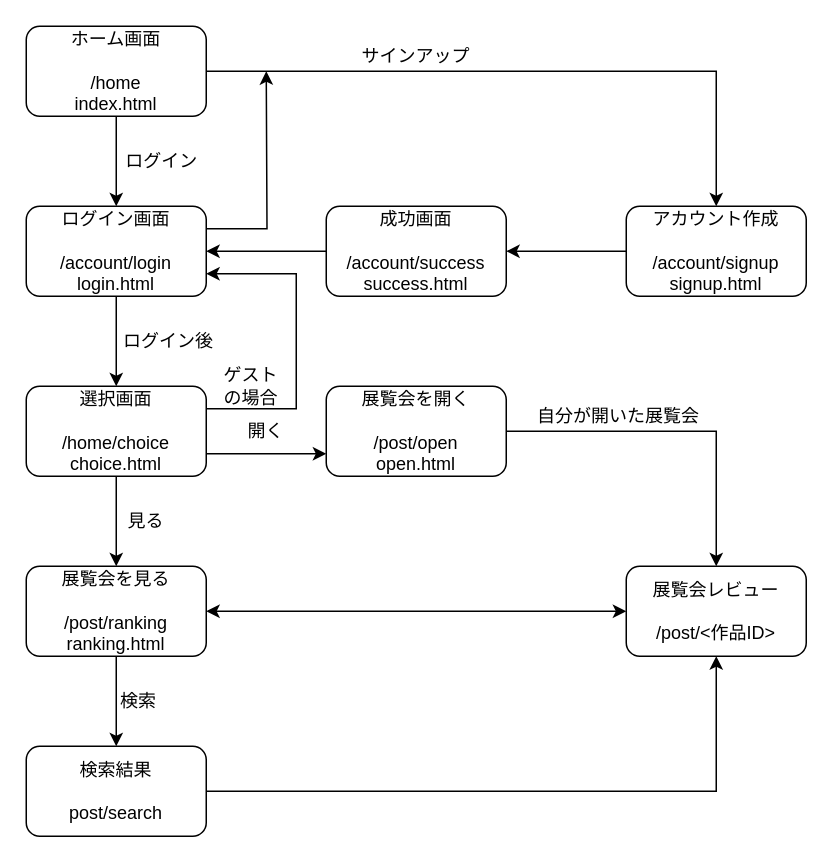
Above: plan.drawio in 012xx/online_museum (draw.io), before the change. Source tidied: cells renumbered, new cells numbered last; positions are measured from the earlier drawing's top-left corner, leaving out a move shared by most shapes. Both pictures are drawn from the tidied source at 150%, with x=0, y=0 at pixel (26, 26).
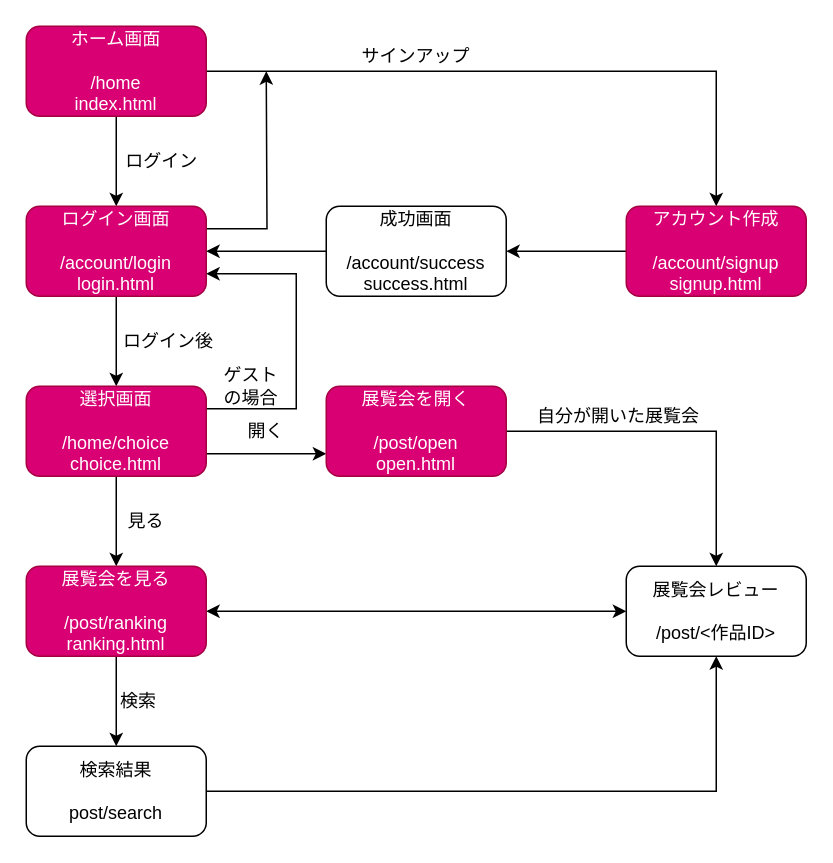
The same diagram, later.

Change to the diagram source:
```diff
@@
-    <mxCell id="4" value="ホーム画面&lt;br&gt;&lt;br&gt;/home&lt;br&gt;index.html" style="rounded=1;whiteSpace=wrap;html=1;" parent="1" vertex="1">
+    <mxCell id="4" value="ホーム画面&lt;br&gt;&lt;br&gt;/home&lt;br&gt;index.html" style="rounded=1;whiteSpace=wrap;html=1;fillColor=#d80073;strokeColor=#A50040;fontColor=#ffffff;" parent="1" vertex="1">
       <mxGeometry width="120" height="60" as="geometry" />
     </mxCell>
@@
-    <mxCell id="7" value="ログイン画面&lt;br&gt;&lt;br&gt;/account/login&lt;br&gt;login.html" style="rounded=1;whiteSpace=wrap;html=1;" parent="1" vertex="1">
+    <mxCell id="7" value="ログイン画面&lt;br&gt;&lt;br&gt;/account/login&lt;br&gt;login.html" style="rounded=1;whiteSpace=wrap;html=1;fillColor=#d80073;strokeColor=#A50040;fontColor=#ffffff;" parent="1" vertex="1">
       <mxGeometry y="120" width="120" height="60" as="geometry" />
     </mxCell>
@@
-    <mxCell id="10" value="アカウント作成&lt;br&gt;&lt;br&gt;/account/signup&lt;br&gt;signup.html" style="rounded=1;whiteSpace=wrap;html=1;" parent="1" vertex="1">
+    <mxCell id="10" value="アカウント作成&lt;br&gt;&lt;br&gt;/account/signup&lt;br&gt;signup.html" style="rounded=1;whiteSpace=wrap;html=1;fillColor=#d80073;strokeColor=#A50040;fontColor=#ffffff;" parent="1" vertex="1">
       <mxGeometry x="400" y="120" width="120" height="60" as="geometry" />
     </mxCell>
@@
-    <mxCell id="15" value="選択画面&lt;br&gt;&lt;br&gt;/home/choice&lt;br&gt;choice.html" style="rounded=1;whiteSpace=wrap;html=1;" parent="1" vertex="1">
+    <mxCell id="15" value="選択画面&lt;br&gt;&lt;br&gt;/home/choice&lt;br&gt;choice.html" style="rounded=1;whiteSpace=wrap;html=1;fillColor=#d80073;strokeColor=#A50040;fontColor=#ffffff;" parent="1" vertex="1">
       <mxGeometry y="240" width="120" height="60" as="geometry" />
     </mxCell>
@@
-    <mxCell id="19" value="展覧会を見る&lt;br&gt;&lt;br&gt;/post/ranking&lt;br&gt;ranking.html" style="rounded=1;whiteSpace=wrap;html=1;" parent="1" vertex="1">
+    <mxCell id="19" value="展覧会を見る&lt;br&gt;&lt;br&gt;/post/ranking&lt;br&gt;ranking.html" style="rounded=1;whiteSpace=wrap;html=1;fillColor=#d80073;strokeColor=#A50040;fontColor=#ffffff;" parent="1" vertex="1">
       <mxGeometry y="360" width="120" height="60" as="geometry" />
     </mxCell>
@@
-    <mxCell id="21" value="展覧会を開く&lt;br&gt;&lt;br&gt;/post/open&lt;br&gt;open.html" style="rounded=1;whiteSpace=wrap;html=1;" parent="1" vertex="1">
+    <mxCell id="21" value="展覧会を開く&lt;br&gt;&lt;br&gt;/post/open&lt;br&gt;open.html" style="rounded=1;whiteSpace=wrap;html=1;fillColor=#d80073;strokeColor=#A50040;fontColor=#ffffff;" parent="1" vertex="1">
       <mxGeometry x="200" y="240" width="120" height="60" as="geometry" />
     </mxCell>
```
